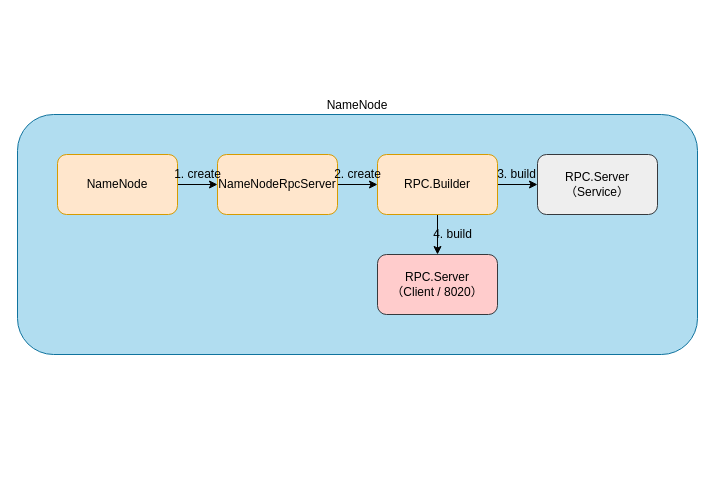
Before: develop-stack/bigdata/hadoop/hdfs/hdfs_namenode_rpcserver.drawio in sciatta/draw, a draw.io diagram. Source tidied: cells renumbered, new cells numbered last; positions are measured from the earlier drawing's top-left corner, leaving out a move shared by most shapes. Both pictures are drawn from the tidied source at 100%, with x=0, y=0 at pixel (17, 114).
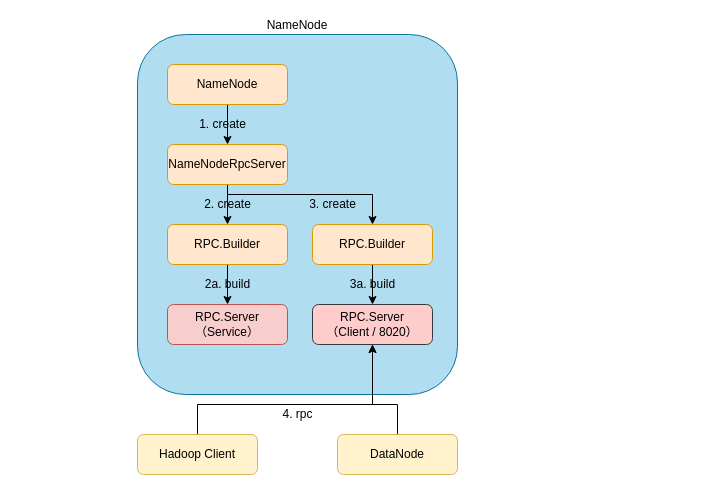
Above is the later version.

Commit message (it also covers changes not shown here):
review namenode rpcserver

Diff of the diagram source:
```diff
@@
     <mxCell id="2" value="NameNode" style="rounded=1;whiteSpace=wrap;html=1;labelPosition=center;verticalLabelPosition=top;align=center;verticalAlign=bottom;fillColor=#b1ddf0;strokeColor=#10739e;" parent="1" vertex="1">
-      <mxGeometry width="680" height="240" as="geometry" />
+      <mxGeometry x="120" y="-80" width="320" height="360" as="geometry" />
     </mxCell>
@@
-    <mxCell id="4" value="NameNode" style="rounded=1;whiteSpace=wrap;html=1;fillColor=#ffe6cc;strokeColor=#d79b00;" parent="1" vertex="1">
-      <mxGeometry x="40" y="40" width="120" height="60" as="geometry" />
+    <mxCell id="4" value="NameNode" style="rounded=1;whiteSpace=wrap;html=1;fillColor=#ffe6cc;strokeColor=#d79b00;flipV=1;" parent="1" vertex="1">
+      <mxGeometry x="150" y="-50" width="120" height="40" as="geometry" />
     </mxCell>
@@
+    <mxCell id="17" style="edgeStyle=orthogonalEdgeStyle;rounded=0;jettySize=auto;html=1;" parent="1" edge="1" source="7" target="19">
+      <mxGeometry relative="1" as="geometry">
+        <Array as="points">
+          <mxPoint x="210" y="80" />
+          <mxPoint x="355" y="80" />
+        </Array>
+      </mxGeometry>
+    </mxCell>
-    <mxCell id="7" value="NameNodeRpcServer" style="rounded=1;whiteSpace=wrap;html=1;fillColor=#ffe6cc;strokeColor=#d79b00;" parent="1" vertex="1">
-      <mxGeometry x="200" y="40" width="120" height="60" as="geometry" />
+    <mxCell id="7" value="NameNodeRpcServer" style="rounded=1;whiteSpace=wrap;html=1;fillColor=#ffe6cc;strokeColor=#d79b00;flipV=1;" parent="1" vertex="1">
+      <mxGeometry x="150" y="30" width="120" height="40" as="geometry" />
     </mxCell>
     <mxCell id="8" value="1. create" style="text;html=1;align=center;verticalAlign=middle;" parent="1" vertex="1">
-      <mxGeometry x="150" y="50" width="60" height="20" as="geometry" />
+      <mxGeometry x="175" width="60" height="20" as="geometry" />
     </mxCell>
-    <mxCell id="9" style="rounded=0;jettySize=auto;html=1;" parent="1" edge="1" source="11" target="13">
+    <mxCell id="9" style="edgeStyle=orthogonalEdgeStyle;rounded=0;jettySize=auto;html=1;entryX=0.5;entryY=0;entryDx=0;entryDy=0;" parent="1" edge="1" source="11" target="13">
       <mxGeometry relative="1" as="geometry" />
     </mxCell>
-    <mxCell id="10" style="edgeStyle=none;rounded=0;jettySize=auto;html=1;entryX=0.5;entryY=0;entryDx=0;entryDy=0;" parent="1" edge="1" source="11" target="14">
-      <mxGeometry relative="1" as="geometry" />
-    </mxCell>
-    <mxCell id="11" value="RPC.Builder" style="rounded=1;whiteSpace=wrap;html=1;fillColor=#ffe6cc;strokeColor=#d79b00;" parent="1" vertex="1">
-      <mxGeometry x="360" y="40" width="120" height="60" as="geometry" />
+    <mxCell id="11" value="RPC.Builder" style="rounded=1;whiteSpace=wrap;html=1;fillColor=#ffe6cc;strokeColor=#d79b00;flipV=1;" parent="1" vertex="1">
+      <mxGeometry x="150" y="110" width="120" height="40" as="geometry" />
     </mxCell>
     <mxCell id="12" value="2. create" style="text;html=1;align=center;verticalAlign=middle;" parent="1" vertex="1">
-      <mxGeometry x="310" y="50" width="60" height="20" as="geometry" />
+      <mxGeometry x="180" y="80" width="60" height="20" as="geometry" />
     </mxCell>
-    <mxCell id="13" value="RPC.Server&lt;br&gt;（Service）" style="rounded=1;whiteSpace=wrap;html=1;fillColor=#eeeeee;strokeColor=#36393d;" parent="1" vertex="1">
-      <mxGeometry x="520" y="40" width="120" height="60" as="geometry" />
+    <mxCell id="13" value="RPC.Server&lt;br&gt;（Service）" style="rounded=1;whiteSpace=wrap;html=1;fillColor=#f8cecc;strokeColor=#b85450;flipV=1;" parent="1" vertex="1">
+      <mxGeometry x="150" y="190" width="120" height="40" as="geometry" />
     </mxCell>
     <mxCell id="14" value="RPC.Server&lt;br&gt;（Client / 8020）" style="rounded=1;whiteSpace=wrap;html=1;fillColor=#ffcccc;strokeColor=#36393d;" parent="1" vertex="1">
-      <mxGeometry x="360" y="140" width="120" height="60" as="geometry" />
+      <mxGeometry x="295" y="190" width="120" height="40" as="geometry" />
     </mxCell>
-    <mxCell id="15" value="3. build" style="text;html=1;align=center;verticalAlign=middle;" parent="1" vertex="1">
-      <mxGeometry x="474" y="50" width="50" height="20" as="geometry" />
+    <mxCell id="15" value="2a. build" style="text;html=1;align=center;verticalAlign=middle;" parent="1" vertex="1">
+      <mxGeometry x="180" y="160" width="60" height="20" as="geometry" />
     </mxCell>
-    <mxCell id="16" value="4. build" style="text;html=1;align=center;verticalAlign=middle;" parent="1" vertex="1">
-      <mxGeometry x="410" y="110" width="50" height="20" as="geometry" />
-    </mxCell>
+    <mxCell id="18" style="edgeStyle=orthogonalEdgeStyle;rounded=0;jettySize=auto;html=1;" parent="1" edge="1" source="19" target="14">
+      <mxGeometry relative="1" as="geometry" />
+    </mxCell>
+    <mxCell id="19" value="RPC.Builder" style="rounded=1;whiteSpace=wrap;html=1;fillColor=#ffe6cc;strokeColor=#d79b00;flipV=1;" parent="1" vertex="1">
+      <mxGeometry x="295" y="110" width="120" height="40" as="geometry" />
+    </mxCell>
+    <mxCell id="20" value="3. create" style="text;html=1;align=center;verticalAlign=middle;" parent="1" vertex="1">
+      <mxGeometry x="285" y="80" width="60" height="20" as="geometry" />
+    </mxCell>
+    <mxCell id="21" value="3a. build" style="text;html=1;align=center;verticalAlign=middle;" parent="1" vertex="1">
+      <mxGeometry x="325" y="160" width="60" height="20" as="geometry" />
+    </mxCell>
+    <mxCell id="22" style="edgeStyle=orthogonalEdgeStyle;rounded=0;jettySize=auto;html=1;entryX=0.5;entryY=1;entryDx=0;entryDy=0;" parent="1" edge="1" source="23" target="14">
+      <mxGeometry relative="1" as="geometry">
+        <Array as="points">
+          <mxPoint x="180" y="290" />
+          <mxPoint x="355" y="290" />
+        </Array>
+      </mxGeometry>
+    </mxCell>
+    <mxCell id="23" value="Hadoop Client" style="rounded=1;whiteSpace=wrap;html=1;fillColor=#fff2cc;strokeColor=#d6b656;" parent="1" vertex="1">
+      <mxGeometry x="120" y="320" width="120" height="40" as="geometry" />
+    </mxCell>
+    <mxCell id="24" style="edgeStyle=orthogonalEdgeStyle;rounded=0;jettySize=auto;html=1;exitX=0.5;exitY=0;exitDx=0;exitDy=0;" parent="1" edge="1" source="25" target="14">
+      <mxGeometry relative="1" as="geometry">
+        <Array as="points">
+          <mxPoint x="380" y="290" />
+          <mxPoint x="355" y="290" />
+        </Array>
+      </mxGeometry>
+    </mxCell>
+    <mxCell id="25" value="DataNode" style="rounded=1;whiteSpace=wrap;html=1;fillColor=#fff2cc;strokeColor=#d6b656;" parent="1" vertex="1">
+      <mxGeometry x="320" y="320" width="120" height="40" as="geometry" />
+    </mxCell>
+    <mxCell id="26" value="4. rpc" style="text;html=1;align=center;verticalAlign=middle;" parent="1" vertex="1">
+      <mxGeometry x="255" y="290" width="50" height="20" as="geometry" />
+    </mxCell>
```
